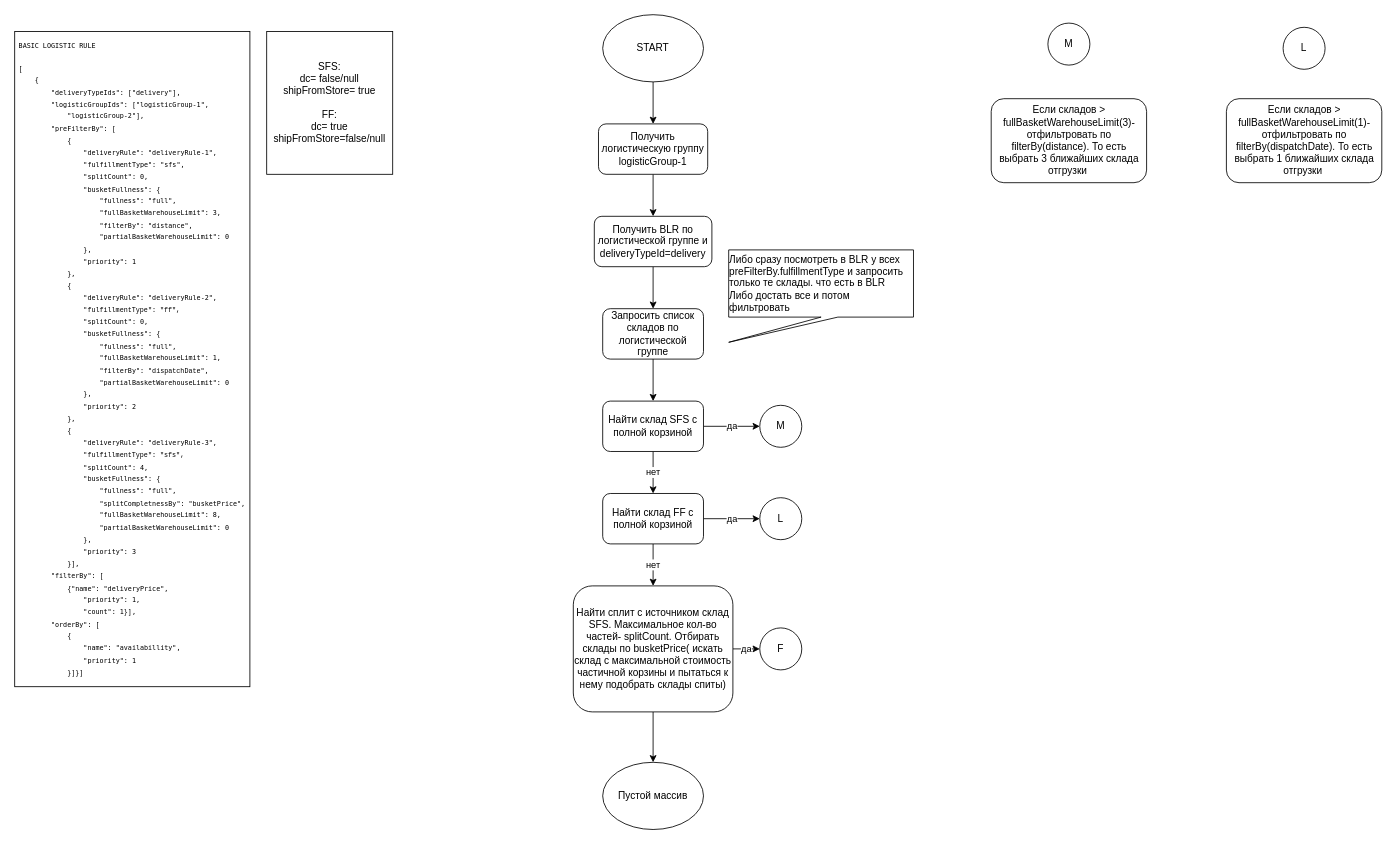
This is page "Страница 10" (1 of 10) of education.drawio from yanelena/diagrams, a draw.io file, before an edit. Source tidied: cells renumbered, new cells numbered last; positions are measured from the earlier drawing's top-left corner, leaving out a move shared by most shapes. Both pictures are drawn from the tidied source at 84%, with x=0, y=0 at pixel (14, 14).
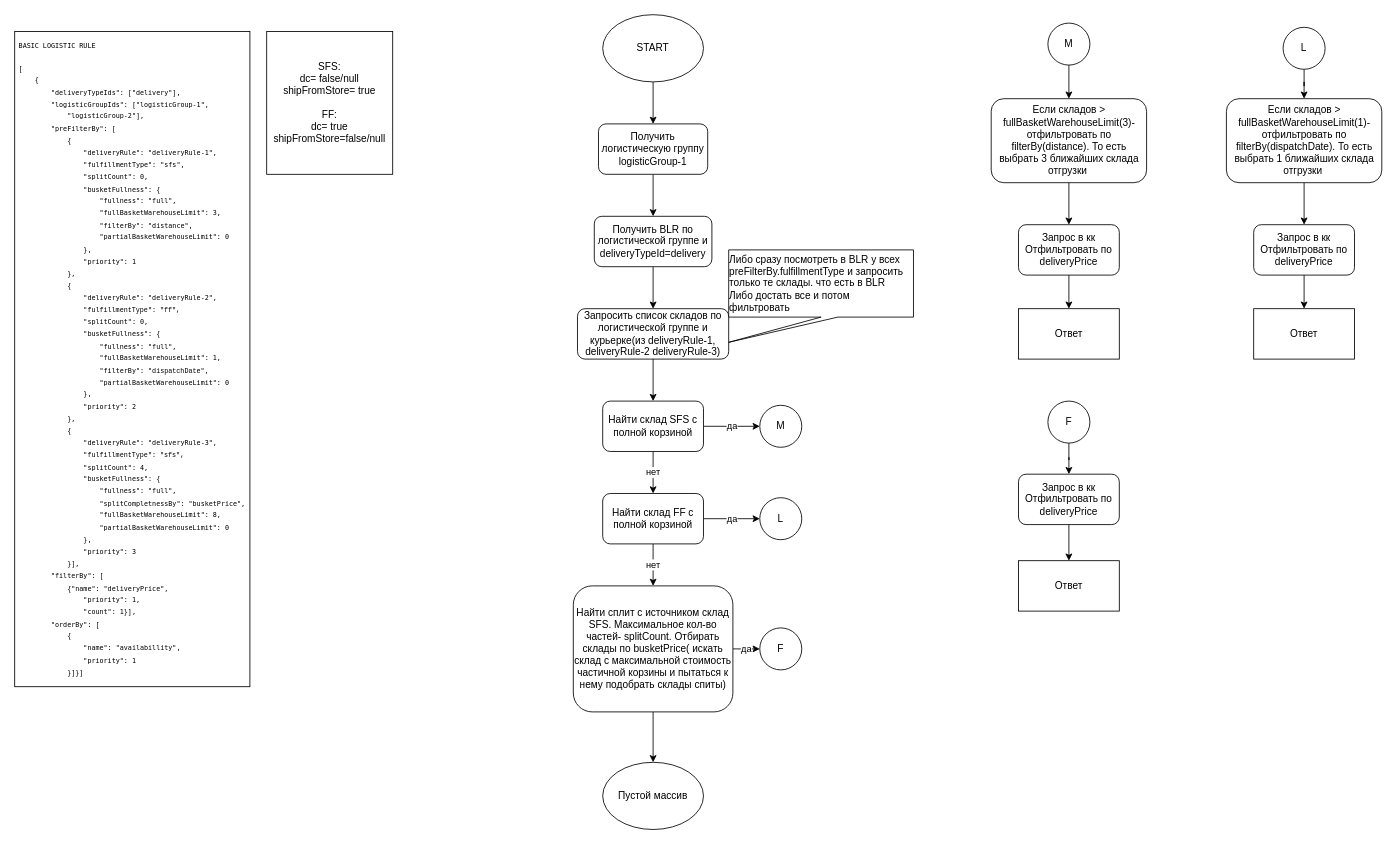
After the change.

Unchanged cells that the change refers to:
```xml
<mxCell id="26" value="M" style="ellipse;whiteSpace=wrap;html=1;" parent="1" vertex="1">
  <mxGeometry x="1230" y="10" width="50" height="50" as="geometry" />
</mxCell>
<mxCell id="27" value="Если складов &amp;gt; fullBasketWarehouseLimit(3)- отфильтровать по filterBy(distance). То есть выбрать 3 ближайших склада отгрузки&amp;nbsp;" style="rounded=1;whiteSpace=wrap;html=1;" parent="1" vertex="1">
  <mxGeometry x="1162.5" y="100" width="185" height="100" as="geometry" />
</mxCell>
<mxCell id="28" value="L" style="ellipse;whiteSpace=wrap;html=1;" parent="1" vertex="1">
  <mxGeometry x="1510" y="15" width="50" height="50" as="geometry" />
</mxCell>
<mxCell id="29" value="Если складов &amp;gt; fullBasketWarehouseLimit(1)- отфильтровать по filterBy(dispatchDate). То есть выбрать 1 ближайших склада отгрузки&amp;nbsp;" style="rounded=1;whiteSpace=wrap;html=1;" parent="1" vertex="1">
  <mxGeometry x="1442.5" y="100" width="185" height="100" as="geometry" />
</mxCell>
```

What changed in the source:
```diff
@@
-    <mxCell id="10" value="Запросить список складов по логистической группе" style="rounded=1;whiteSpace=wrap;html=1;" parent="1" vertex="1">
-      <mxGeometry x="700" y="350" width="120" height="60" as="geometry" />
+    <mxCell id="10" value="Запросить список складов по логистической группе и курьерке(из deliveryRule-1, deliveryRule-2 deliveryRule-3)" style="rounded=1;whiteSpace=wrap;html=1;" parent="1" vertex="1">
+      <mxGeometry x="670" y="350" width="180" height="60" as="geometry" />
     </mxCell>
@@
+    <mxCell id="30" style="edgeStyle=orthogonalEdgeStyle;rounded=0;jettySize=auto;html=1;" parent="1" edge="1" source="26" target="27">
+      <mxGeometry relative="1" as="geometry" />
+    </mxCell>
@@
+    <mxCell id="31" style="edgeStyle=orthogonalEdgeStyle;rounded=0;jettySize=auto;html=1;" parent="1" edge="1" source="27" target="35">
+      <mxGeometry relative="1" as="geometry" />
+    </mxCell>
@@
+    <mxCell id="32" style="edgeStyle=orthogonalEdgeStyle;rounded=0;jettySize=auto;html=1;" parent="1" edge="1" source="28" target="29">
+      <mxGeometry relative="1" as="geometry" />
+    </mxCell>
@@
+    <mxCell id="33" style="edgeStyle=orthogonalEdgeStyle;rounded=0;jettySize=auto;html=1;" parent="1" edge="1" source="29" target="37">
+      <mxGeometry relative="1" as="geometry" />
+    </mxCell>
@@
+    <mxCell id="34" style="edgeStyle=orthogonalEdgeStyle;rounded=0;jettySize=auto;html=1;" parent="1" edge="1" source="35" target="38">
+      <mxGeometry relative="1" as="geometry" />
+    </mxCell>
+    <mxCell id="35" value="Запрос в кк&lt;br&gt;Отфильтровать по deliveryPrice" style="rounded=1;whiteSpace=wrap;html=1;" parent="1" vertex="1">
+      <mxGeometry x="1195" y="250" width="120" height="60" as="geometry" />
+    </mxCell>
+    <mxCell id="36" style="edgeStyle=orthogonalEdgeStyle;rounded=0;jettySize=auto;html=1;" parent="1" edge="1" source="37" target="39">
+      <mxGeometry relative="1" as="geometry" />
+    </mxCell>
+    <mxCell id="37" value="Запрос в кк&lt;br&gt;Отфильтровать по deliveryPrice" style="rounded=1;whiteSpace=wrap;html=1;" parent="1" vertex="1">
+      <mxGeometry x="1475" y="250" width="120" height="60" as="geometry" />
+    </mxCell>
+    <mxCell id="38" value="Ответ" style="rounded=0;whiteSpace=wrap;html=1;" parent="1" vertex="1">
+      <mxGeometry x="1195" y="350" width="120" height="60" as="geometry" />
+    </mxCell>
+    <mxCell id="39" value="Ответ" style="rounded=0;whiteSpace=wrap;html=1;" parent="1" vertex="1">
+      <mxGeometry x="1475" y="350" width="120" height="60" as="geometry" />
+    </mxCell>
+    <mxCell id="40" style="edgeStyle=orthogonalEdgeStyle;rounded=0;jettySize=auto;html=1;" parent="1" edge="1" source="41" target="43">
+      <mxGeometry relative="1" as="geometry" />
+    </mxCell>
+    <mxCell id="41" value="F" style="ellipse;whiteSpace=wrap;html=1;" parent="1" vertex="1">
+      <mxGeometry x="1230" y="460" width="50" height="50" as="geometry" />
+    </mxCell>
+    <mxCell id="42" style="edgeStyle=orthogonalEdgeStyle;rounded=0;jettySize=auto;html=1;" parent="1" edge="1" source="43" target="44">
+      <mxGeometry relative="1" as="geometry" />
+    </mxCell>
+    <mxCell id="43" value="Запрос в кк&lt;br&gt;Отфильтровать по deliveryPrice" style="rounded=1;whiteSpace=wrap;html=1;" parent="1" vertex="1">
+      <mxGeometry x="1195" y="547" width="120" height="60" as="geometry" />
+    </mxCell>
+    <mxCell id="44" value="Ответ" style="rounded=0;whiteSpace=wrap;html=1;" parent="1" vertex="1">
+      <mxGeometry x="1195" y="650" width="120" height="60" as="geometry" />
+    </mxCell>
```
